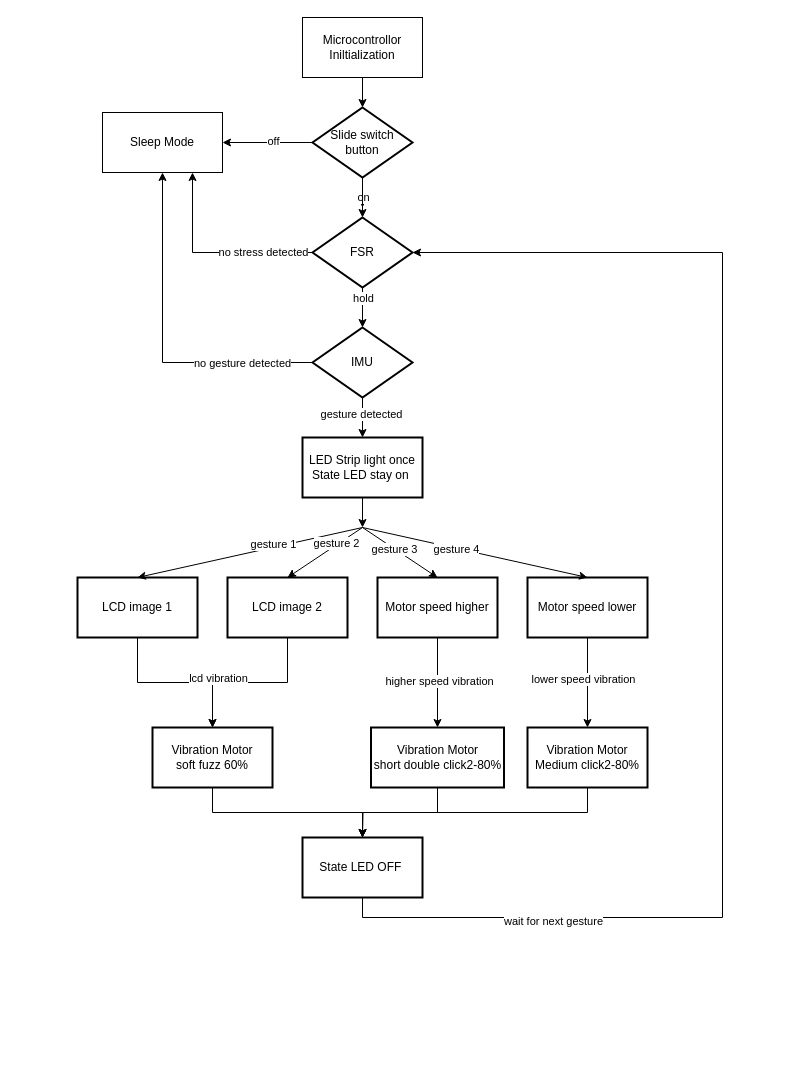
ese5160/final-project-a07g-a14g-t05-fusion-maverick keeps this draw.io diagram as Flow_Chart.drawio. Above is the earlier version. Source tidied: cells renumbered, new cells numbered last; positions are measured from the earlier drawing's top-left corner, leaving out a move shared by most shapes. Both pictures are drawn from the tidied source at 100%, with x=0, y=0 at pixel (77, 17).
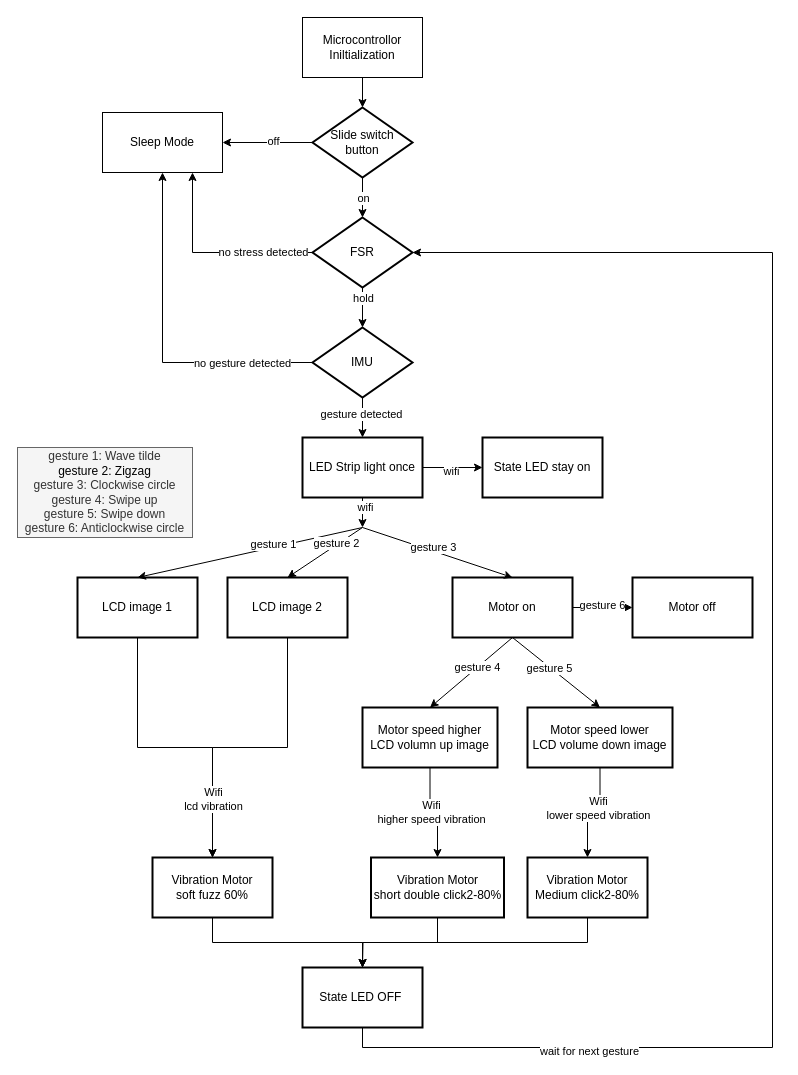
The same diagram, later.

The change refers to these unchanged cells:
```xml
<mxCell id="8" value="Slide switch button" style="strokeWidth=2;html=1;shape=mxgraph.flowchart.decision;whiteSpace=wrap;" parent="1" vertex="1">
  <mxGeometry x="235" y="90" width="100" height="70" as="geometry" />
</mxCell>
<mxCell id="15" value="FSR" style="strokeWidth=2;html=1;shape=mxgraph.flowchart.decision;whiteSpace=wrap;" parent="1" vertex="1">
  <mxGeometry x="235" y="200" width="100" height="70" as="geometry" />
</mxCell>
<mxCell id="24" style="edgeStyle=orthogonalEdgeStyle;rounded=0;jettySize=auto;html=1;exitX=0.5;exitY=1;exitDx=0;exitDy=0;entryX=0.5;entryY=0;entryDx=0;entryDy=0;" parent="1" edge="1" source="26" target="45">
  <mxGeometry relative="1" as="geometry" />
</mxCell>
<mxCell id="27" style="edgeStyle=orthogonalEdgeStyle;rounded=0;jettySize=auto;html=1;exitX=0.5;exitY=1;exitDx=0;exitDy=0;entryX=0.5;entryY=0;entryDx=0;entryDy=0;" parent="1" edge="1" source="29" target="47">
  <mxGeometry relative="1" as="geometry" />
</mxCell>
<mxCell id="30" style="edgeStyle=orthogonalEdgeStyle;rounded=0;jettySize=auto;html=1;exitX=0.5;exitY=1;exitDx=0;exitDy=0;entryX=0.5;entryY=0;entryDx=0;entryDy=0;" parent="1" edge="1" source="32" target="43">
  <mxGeometry relative="1" as="geometry" />
</mxCell>
<mxCell id="33" style="endArrow=classic;html=1;rounded=0;exitX=0.5;exitY=1;exitDx=0;exitDy=0;" parent="1" edge="1" source="21">
  <mxGeometry relative="1" as="geometry">
    <mxPoint x="285" y="510" as="targetPoint" />
  </mxGeometry>
</mxCell>
```

Diff of the diagram source:
```diff
@@
-    <mxCell id="3" style="edgeStyle=orthogonalEdgeStyle;rounded=0;jettySize=auto;html=1;" parent="1" edge="1" source="8">
-      <mxGeometry relative="1" as="geometry">
-        <mxPoint x="285" y="190" as="targetPoint" />
-      </mxGeometry>
+    <mxCell id="3" style="edgeStyle=orthogonalEdgeStyle;rounded=0;jettySize=auto;html=1;entryX=0.5;entryY=0;entryDx=0;entryDy=0;entryPerimeter=0;" parent="1" edge="1" source="8" target="15">
+      <mxGeometry relative="1" as="geometry" />
     </mxCell>
     <mxCell id="4" value="on" style="edgeLabel;html=1;align=center;verticalAlign=middle;" parent="3" vertex="1">
-      <mxGeometry x="0.26" relative="1" as="geometry" />
+      <mxGeometry x="0.26" relative="1" as="geometry">
+        <mxPoint y="-5" as="offset" />
+      </mxGeometry>
     </mxCell>
@@
-    <mxCell id="7" style="edgeStyle=orthogonalEdgeStyle;rounded=0;jettySize=auto;html=1;" parent="1" edge="1" source="8" target="15">
-      <mxGeometry relative="1" as="geometry" />
-    </mxCell>
@@
+    <mxCell id="51" style="edgeStyle=orthogonalEdgeStyle;rounded=0;jettySize=auto;html=1;exitX=1;exitY=0.5;exitDx=0;exitDy=0;entryX=0;entryY=0.5;entryDx=0;entryDy=0;" parent="1" edge="1" source="21" target="61">
+      <mxGeometry relative="1" as="geometry" />
+    </mxCell>
+    <mxCell id="52" value="wifi" style="edgeLabel;html=1;align=center;verticalAlign=middle;" parent="51" vertex="1">
+      <mxGeometry x="-0.07" y="-3" relative="1" as="geometry" />
+    </mxCell>
-    <mxCell id="21" value="LED Strip light once&lt;div&gt;State LED stay on&amp;nbsp;&lt;/div&gt;" style="whiteSpace=wrap;html=1;strokeWidth=2;" parent="1" vertex="1">
+    <mxCell id="21" value="LED Strip light once" style="whiteSpace=wrap;html=1;strokeWidth=2;" parent="1" vertex="1">
       <mxGeometry x="225" y="420" width="120" height="60" as="geometry" />
     </mxCell>
@@
-    <mxCell id="25" value="higher speed vibration" style="edgeLabel;html=1;align=center;verticalAlign=middle;" parent="24" vertex="1">
+    <mxCell id="25" value="Wifi&lt;div&gt;higher speed vibration&lt;/div&gt;" style="edgeLabel;html=1;align=center;verticalAlign=middle;" parent="24" vertex="1">
       <mxGeometry x="-0.05" y="1" relative="1" as="geometry" />
     </mxCell>
-    <mxCell id="26" value="Motor speed higher" style="whiteSpace=wrap;html=1;strokeWidth=2;" parent="1" vertex="1">
-      <mxGeometry x="300" y="560" width="120" height="60" as="geometry" />
+    <mxCell id="26" value="Motor speed higher&lt;div&gt;LCD volumn up image&lt;/div&gt;" style="whiteSpace=wrap;html=1;strokeWidth=2;" parent="1" vertex="1">
+      <mxGeometry x="285" y="690" width="135" height="60" as="geometry" />
     </mxCell>
@@
-    <mxCell id="28" value="lower speed vibration" style="edgeLabel;html=1;align=center;verticalAlign=middle;" parent="27" vertex="1">
+    <mxCell id="28" value="Wifi&lt;div&gt;lower speed vibration&lt;/div&gt;" style="edgeLabel;html=1;align=center;verticalAlign=middle;" parent="27" vertex="1">
       <mxGeometry x="-0.08" y="-5" relative="1" as="geometry" />
     </mxCell>
-    <mxCell id="29" value="Motor speed lower" style="whiteSpace=wrap;html=1;strokeWidth=2;" parent="1" vertex="1">
-      <mxGeometry x="450" y="560" width="120" height="60" as="geometry" />
+    <mxCell id="29" value="Motor speed lower&lt;div&gt;LCD volume down image&lt;/div&gt;" style="whiteSpace=wrap;html=1;strokeWidth=2;" parent="1" vertex="1">
+      <mxGeometry x="450" y="690" width="145" height="60" as="geometry" />
     </mxCell>
@@
-    <mxCell id="31" value="lcd vibration" style="edgeLabel;html=1;align=center;verticalAlign=middle;" parent="30" vertex="1">
-      <mxGeometry x="0.4" y="-5" relative="1" as="geometry" />
+    <mxCell id="31" value="Wifi&lt;div&gt;lcd vibration&lt;/div&gt;" style="edgeLabel;html=1;align=center;verticalAlign=middle;" parent="30" vertex="1">
+      <mxGeometry x="0.4" y="-5" relative="1" as="geometry">
+        <mxPoint x="5" y="29" as="offset" />
+      </mxGeometry>
     </mxCell>
@@
+    <mxCell id="53" value="wifi" style="edgeLabel;html=1;align=center;verticalAlign=middle;" parent="33" vertex="1">
+      <mxGeometry x="-0.38" y="2" relative="1" as="geometry" />
+    </mxCell>
@@
-    <mxCell id="38" style="endArrow=classic;html=1;rounded=0;entryX=0.5;entryY=0;entryDx=0;entryDy=0;" parent="1" edge="1" target="26">
-      <mxGeometry relative="1" as="geometry">
-        <mxPoint x="285" y="510" as="sourcePoint" />
-      </mxGeometry>
+    <mxCell id="38" style="endArrow=classic;html=1;rounded=0;entryX=0.5;entryY=0;entryDx=0;entryDy=0;exitX=0.5;exitY=1;exitDx=0;exitDy=0;" parent="1" edge="1" source="57" target="26">
+      <mxGeometry relative="1" as="geometry" />
     </mxCell>
-    <mxCell id="39" value="gesture 3" style="edgeLabel;html=1;align=center;verticalAlign=middle;" parent="38" vertex="1">
+    <mxCell id="39" value="gesture 4" style="edgeLabel;html=1;align=center;verticalAlign=middle;" parent="38" vertex="1">
       <mxGeometry x="-0.15" relative="1" as="geometry" />
     </mxCell>
-    <mxCell id="40" style="endArrow=classic;html=1;rounded=0;entryX=0.5;entryY=0;entryDx=0;entryDy=0;" parent="1" edge="1" target="29">
-      <mxGeometry relative="1" as="geometry">
-        <mxPoint x="285" y="510" as="sourcePoint" />
-      </mxGeometry>
+    <mxCell id="40" style="endArrow=classic;html=1;rounded=0;entryX=0.5;entryY=0;entryDx=0;entryDy=0;exitX=0.5;exitY=1;exitDx=0;exitDy=0;" parent="1" edge="1" source="57" target="29">
+      <mxGeometry relative="1" as="geometry" />
     </mxCell>
-    <mxCell id="41" value="gesture 4" style="edgeLabel;html=1;align=center;verticalAlign=middle;" parent="40" vertex="1">
+    <mxCell id="41" value="gesture 5" style="edgeLabel;html=1;align=center;verticalAlign=middle;" parent="40" vertex="1">
       <mxGeometry x="-0.17" y="-1" relative="1" as="geometry" />
     </mxCell>
@@
     <mxCell id="43" value="Vibration Motor&lt;div&gt;soft fuzz 60%&lt;/div&gt;" style="whiteSpace=wrap;html=1;strokeWidth=2;" parent="1" vertex="1">
-      <mxGeometry x="75" y="710" width="120" height="60" as="geometry" />
+      <mxGeometry x="75" y="840" width="120" height="60" as="geometry" />
     </mxCell>
     <mxCell id="44" style="edgeStyle=orthogonalEdgeStyle;rounded=0;jettySize=auto;html=1;exitX=0.5;exitY=1;exitDx=0;exitDy=0;" parent="1" edge="1" source="45">
       <mxGeometry relative="1" as="geometry">
-        <mxPoint x="285" y="820" as="targetPoint" />
+        <mxPoint x="285" y="950" as="targetPoint" />
       </mxGeometry>
     </mxCell>
     <mxCell id="45" value="Vibration Motor&lt;div&gt;short double click2-80%&lt;/div&gt;" style="whiteSpace=wrap;html=1;strokeWidth=2;" parent="1" vertex="1">
-      <mxGeometry x="293.5" y="710" width="133" height="60" as="geometry" />
+      <mxGeometry x="293.5" y="840" width="133" height="60" as="geometry" />
     </mxCell>
@@
     <mxCell id="47" value="Vibration Motor&lt;div&gt;Medium click2-80%&lt;/div&gt;" style="whiteSpace=wrap;html=1;strokeWidth=2;" parent="1" vertex="1">
-      <mxGeometry x="450" y="710" width="120" height="60" as="geometry" />
+      <mxGeometry x="450" y="840" width="120" height="60" as="geometry" />
     </mxCell>
     <mxCell id="48" value="&lt;div&gt;State LED OFF&amp;nbsp;&lt;/div&gt;" style="whiteSpace=wrap;html=1;strokeWidth=2;" parent="1" vertex="1">
-      <mxGeometry x="225" y="820" width="120" height="60" as="geometry" />
+      <mxGeometry x="225" y="950" width="120" height="60" as="geometry" />
     </mxCell>
     <mxCell id="49" style="edgeStyle=orthogonalEdgeStyle;rounded=0;jettySize=auto;html=1;exitX=0.5;exitY=1;exitDx=0;exitDy=0;entryX=1;entryY=0.5;entryDx=0;entryDy=0;entryPerimeter=0;" parent="1" edge="1" source="48" target="15">
       <mxGeometry relative="1" as="geometry">
         <Array as="points">
-          <mxPoint x="285" y="900" />
-          <mxPoint x="645" y="900" />
-          <mxPoint x="645" y="235" />
+          <mxPoint x="285" y="1030" />
+          <mxPoint x="695" y="1030" />
+          <mxPoint x="695" y="235" />
         </Array>
       </mxGeometry>
     </mxCell>
@@
+    <mxCell id="54" value="gesture 1: Wave tilde&lt;div&gt;&lt;div&gt;&lt;span style=&quot;background-color: transparent; color: light-dark(rgb(0, 0, 0), rgb(255, 255, 255));&quot;&gt;gesture 2: Zigzag&lt;/span&gt;&lt;/div&gt;&lt;div&gt;gesture 3: Clockwise circle&lt;/div&gt;&lt;div&gt;gesture 4: Swipe up&lt;/div&gt;&lt;div&gt;gesture 5: Swipe down&lt;/div&gt;&lt;div&gt;gesture 6: Anticlockwise circle&lt;/div&gt;&lt;/div&gt;" style="text;html=1;align=center;verticalAlign=middle;whiteSpace=wrap;rounded=0;fillColor=#f5f5f5;fontColor=#333333;strokeColor=#666666;" parent="1" vertex="1">
+      <mxGeometry x="-60" y="430" width="175" height="90" as="geometry" />
+    </mxCell>
+    <mxCell id="55" style="edgeStyle=orthogonalEdgeStyle;rounded=0;jettySize=auto;html=1;exitX=1;exitY=0.5;exitDx=0;exitDy=0;entryX=0;entryY=0.5;entryDx=0;entryDy=0;" parent="1" edge="1" source="57" target="60">
+      <mxGeometry relative="1" as="geometry" />
+    </mxCell>
+    <mxCell id="56" value="gesture 6" style="edgeLabel;html=1;align=center;verticalAlign=middle;" parent="55" vertex="1">
+      <mxGeometry x="-0.04" y="3" relative="1" as="geometry" />
+    </mxCell>
+    <mxCell id="57" value="Motor on" style="whiteSpace=wrap;html=1;strokeWidth=2;" parent="1" vertex="1">
+      <mxGeometry x="375" y="560" width="120" height="60" as="geometry" />
+    </mxCell>
+    <mxCell id="58" style="endArrow=classic;html=1;rounded=0;entryX=0.5;entryY=0;entryDx=0;entryDy=0;" parent="1" edge="1" target="57">
+      <mxGeometry relative="1" as="geometry">
+        <mxPoint x="285" y="510" as="sourcePoint" />
+      </mxGeometry>
+    </mxCell>
+    <mxCell id="59" value="gesture 3" style="edgeLabel;html=1;align=center;verticalAlign=middle;" parent="58" vertex="1">
+      <mxGeometry x="0.08" y="-2" relative="1" as="geometry">
+        <mxPoint x="-10" y="-9" as="offset" />
+      </mxGeometry>
+    </mxCell>
+    <mxCell id="60" value="Motor off" style="whiteSpace=wrap;html=1;strokeWidth=2;" parent="1" vertex="1">
+      <mxGeometry x="555" y="560" width="120" height="60" as="geometry" />
+    </mxCell>
+    <mxCell id="61" value="State LED stay on" style="rounded=0;whiteSpace=wrap;html=1;strokeWidth=2;" parent="1" vertex="1">
+      <mxGeometry x="405" y="420" width="120" height="60" as="geometry" />
+    </mxCell>
```
